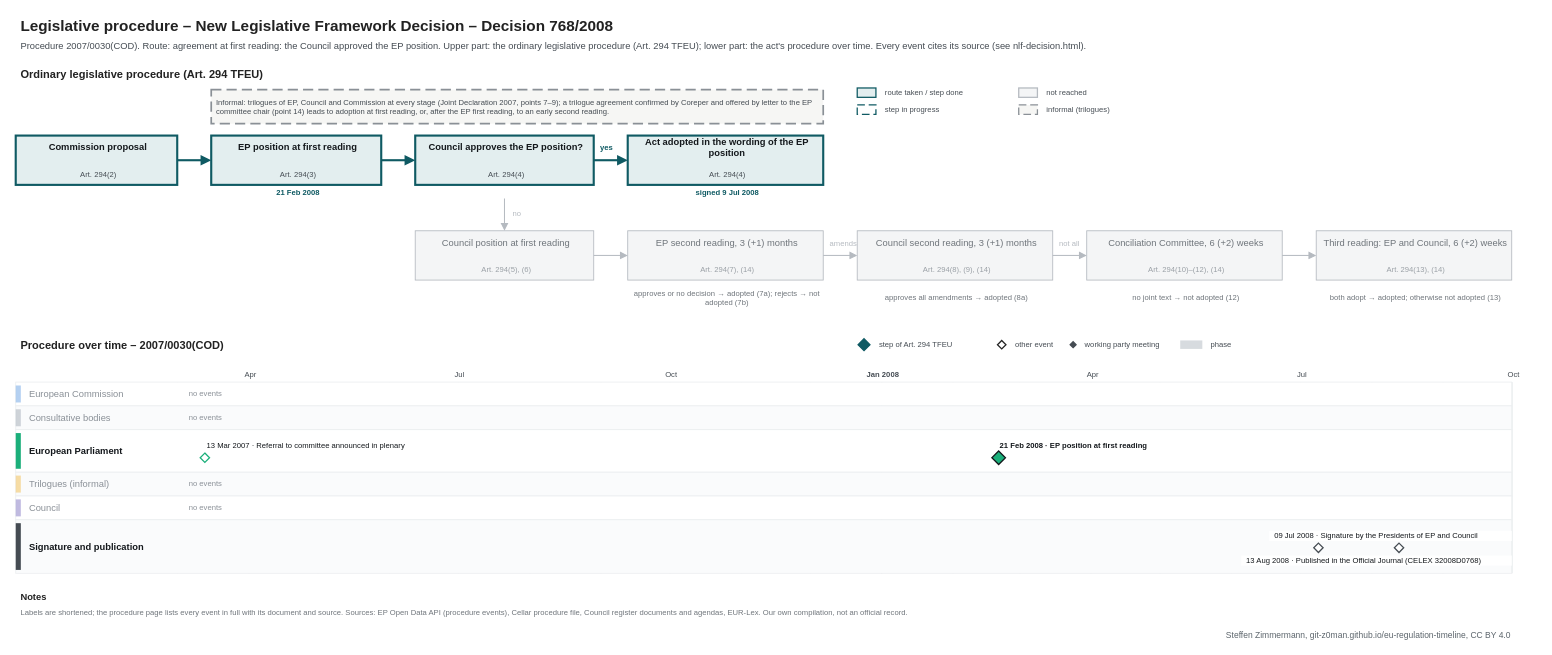
This is procedures/nlf-decision.drawio from git-z0man/eu-regulation-timeline, a draw.io file, before an edit. Source tidied: cells renumbered, new cells numbered last; positions are measured from the earlier drawing's top-left corner, leaving out a move shared by most shapes. Both pictures are drawn from the tidied source at 85%, with x=0, y=0 at pixel (15, 14).
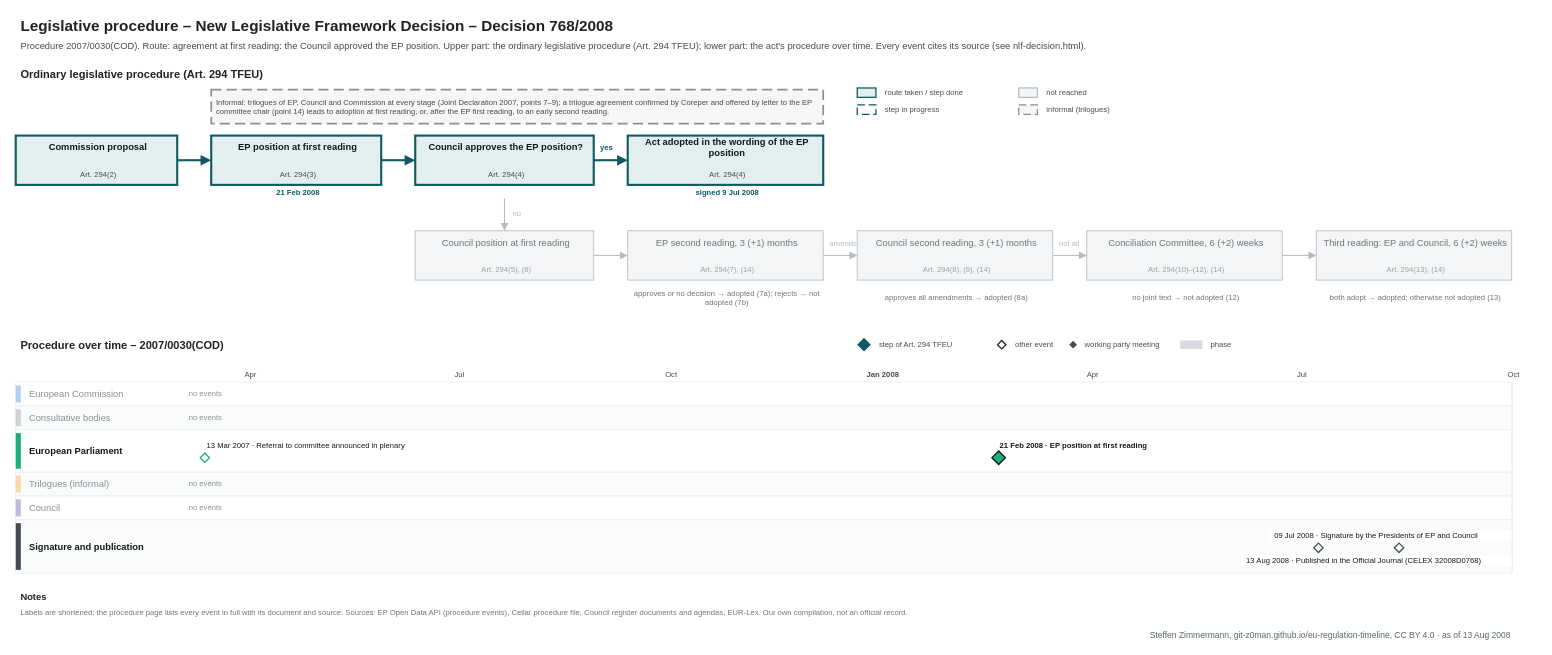
After the change.

Diff of the diagram source:
```diff
@@
-    <mxCell id="128" value="Steffen Zimmermann, git-z0man.github.io/eu-regulation-timeline, CC BY 4.0" style="text;html=1;fontSize=10;fontColor=#5b646b;align=right;verticalAlign=middle;spacingLeft=4;" parent="1" vertex="1">
+    <mxCell id="128" value="Steffen Zimmermann, git-z0man.github.io/eu-regulation-timeline, CC BY 4.0 · as of 13 Aug 2008" style="text;html=1;fontSize=10;fontColor=#5b646b;align=right;verticalAlign=middle;spacingLeft=4;" parent="1" vertex="1">
       <mxGeometry y="721" width="1760" height="16" as="geometry" />
     </mxCell>
```
